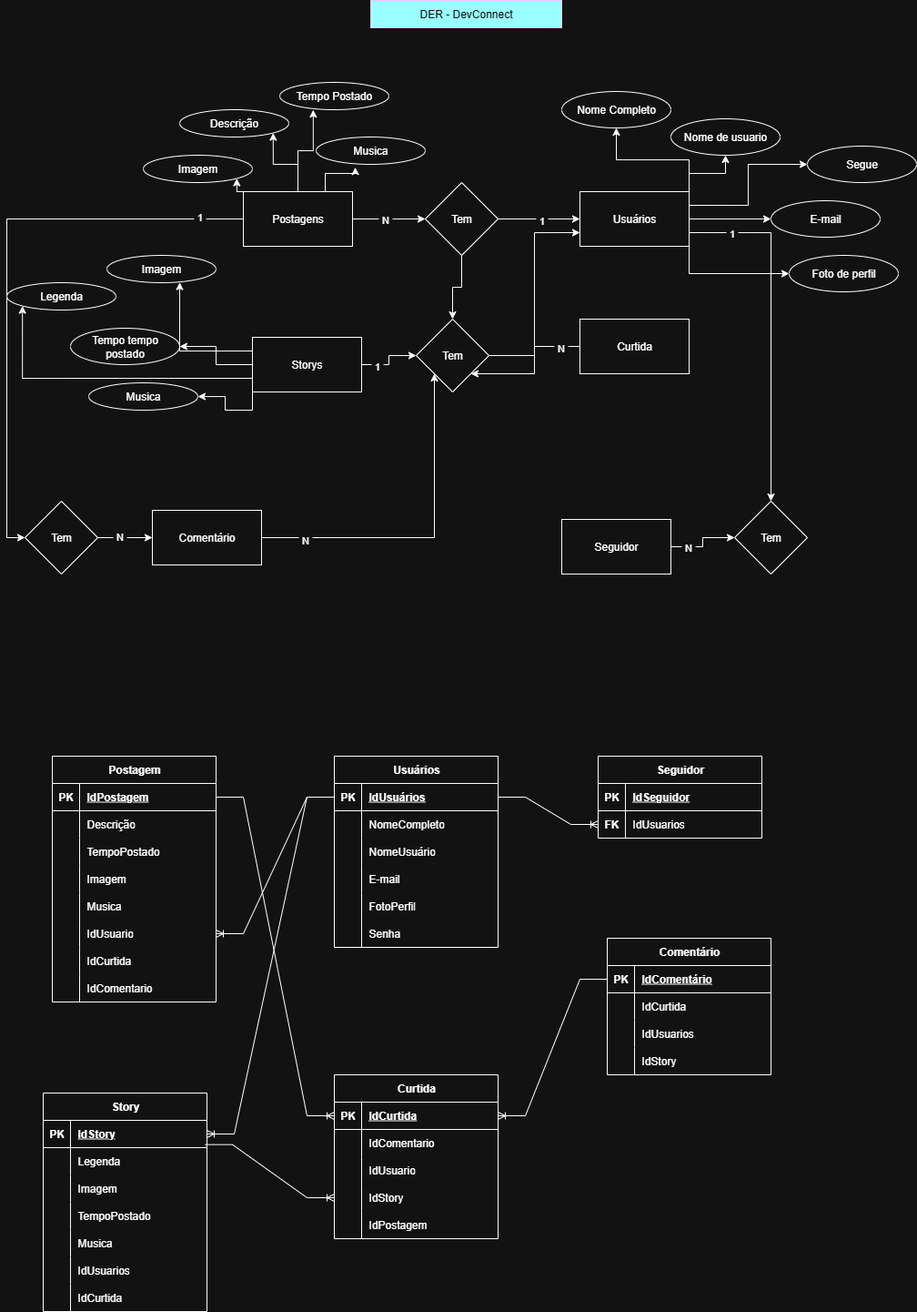
The draw.io diagram DER e Modelo Lógico/DER  e Modelo Lógico- DevConnect.drawio.png in Maria123-ctrl/2S_DevConnect, before a commit. Source tidied: cells renumbered, new cells last; positions are measured from the earlier drawing's top-left corner, leaving out a move shared by most shapes.
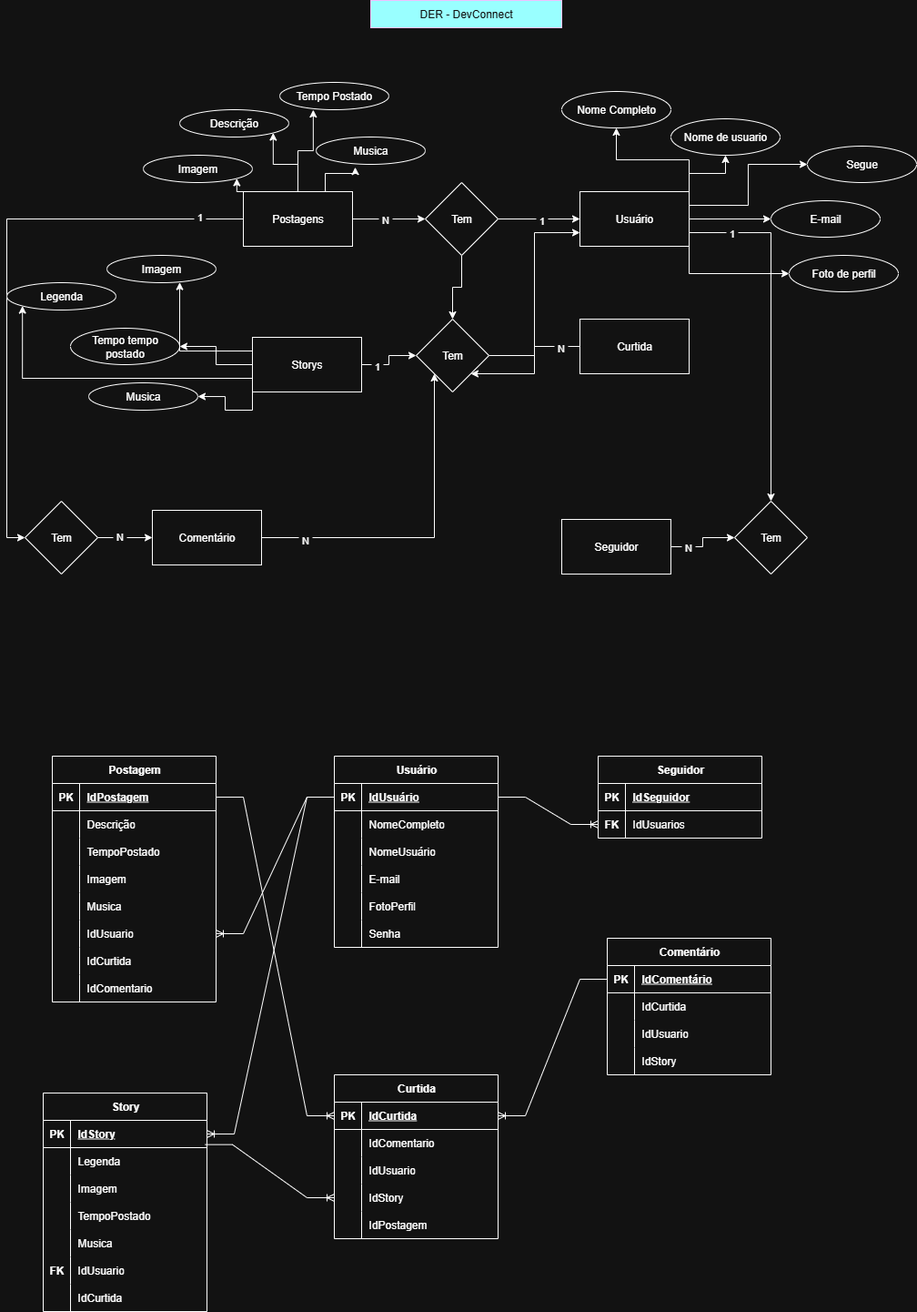
The same diagram one commit later.

Commit message:
modifiquei o repositorio

The edit, as a diff of the source:
```diff
@@ -44,7 +44,7 @@
     <mxCell id="15" style="edgeStyle=orthogonalEdgeStyle;rounded=0;jettySize=auto;html=1;exitX=1;exitY=0.25;exitDx=0;exitDy=0;entryX=0;entryY=0.5;entryDx=0;entryDy=0;" parent="1" edge="1" source="16" target="165">
       <mxGeometry relative="1" as="geometry" />
     </mxCell>
-    <mxCell id="16" value="Usuários" style="rounded=0;whiteSpace=wrap;html=1;" parent="1" vertex="1">
+    <mxCell id="16" value="Usuário" style="rounded=0;whiteSpace=wrap;html=1;" parent="1" vertex="1">
       <mxGeometry x="630" y="210" width="120" height="60" as="geometry" />
     </mxCell>
     <mxCell id="17" value="E-mail" style="ellipse;whiteSpace=wrap;html=1;" parent="1" vertex="1">
@@ -233,7 +233,7 @@
     <mxCell id="78" value="IdComentario" style="shape=partialRectangle;fillColor=none;top=0;left=0;bottom=0;right=0;align=left;spacingLeft=6;overflow=hidden;whiteSpace=wrap;html=1;" parent="76" vertex="1">
       <mxGeometry x="30" width="150" height="30" as="geometry" />
     </mxCell>
-    <mxCell id="79" value="Usuários" style="shape=table;startSize=30;rowLines=0;fontStyle=1;align=center;html=1;" parent="1" vertex="1">
+    <mxCell id="79" value="Usuário" style="shape=table;startSize=30;rowLines=0;fontStyle=1;align=center;html=1;" parent="1" vertex="1">
       <mxGeometry x="360" y="830" width="180" height="210" as="geometry" />
     </mxCell>
     <mxCell id="80" style="shape=tableRow;horizontal=0;startSize=0;swimlaneHead=0;swimlaneBody=0;fillColor=none;points=[[0,0.5],[1,0.5]];portConstraint=eastwest;top=0;left=0;right=0;bottom=1;" parent="79" vertex="1">
@@ -242,7 +242,7 @@
     <mxCell id="81" value="PK" style="shape=partialRectangle;fillColor=none;top=0;left=0;bottom=0;right=0;fontStyle=1;overflow=hidden;whiteSpace=wrap;html=1;" parent="80" vertex="1">
       <mxGeometry width="30" height="30" as="geometry" />
     </mxCell>
-    <mxCell id="82" value="IdUsuários" style="shape=partialRectangle;fillColor=none;top=0;left=0;bottom=0;right=0;align=left;spacingLeft=6;fontStyle=5;overflow=hidden;whiteSpace=wrap;html=1;" parent="80" vertex="1">
+    <mxCell id="82" value="IdUsuário" style="shape=partialRectangle;fillColor=none;top=0;left=0;bottom=0;right=0;align=left;spacingLeft=6;fontStyle=5;overflow=hidden;whiteSpace=wrap;html=1;" parent="80" vertex="1">
       <mxGeometry x="30" width="150" height="30" as="geometry" />
     </mxCell>
     <mxCell id="83" style="shape=tableRow;horizontal=0;startSize=0;swimlaneHead=0;swimlaneBody=0;fillColor=none;top=0;left=0;right=0;bottom=0;" parent="79" vertex="1">
@@ -341,10 +341,10 @@
     <mxCell id="114" style="shape=tableRow;horizontal=0;startSize=0;swimlaneHead=0;swimlaneBody=0;fillColor=none;top=0;left=0;right=0;bottom=0;" parent="98" vertex="1">
       <mxGeometry y="180" width="180" height="30" as="geometry" />
     </mxCell>
-    <mxCell id="115" style="shape=partialRectangle;fillColor=none;top=0;left=0;bottom=0;right=0;overflow=hidden;whiteSpace=wrap;html=1;" parent="114" vertex="1">
+    <mxCell id="115" value="&lt;b&gt;FK&lt;/b&gt;" style="shape=partialRectangle;fillColor=none;top=0;left=0;bottom=0;right=0;overflow=hidden;whiteSpace=wrap;html=1;" parent="114" vertex="1">
       <mxGeometry width="30" height="30" as="geometry" />
     </mxCell>
-    <mxCell id="116" value="IdUsuarios" style="shape=partialRectangle;fillColor=none;top=0;left=0;bottom=0;right=0;align=left;spacingLeft=6;overflow=hidden;whiteSpace=wrap;html=1;" parent="114" vertex="1">
+    <mxCell id="116" value="IdUsuario" style="shape=partialRectangle;fillColor=none;top=0;left=0;bottom=0;right=0;align=left;spacingLeft=6;overflow=hidden;whiteSpace=wrap;html=1;" parent="114" vertex="1">
       <mxGeometry x="30" width="150" height="30" as="geometry" />
     </mxCell>
     <mxCell id="117" style="shape=tableRow;horizontal=0;startSize=0;swimlaneHead=0;swimlaneBody=0;fillColor=none;top=0;left=0;right=0;bottom=0;" parent="98" vertex="1">
@@ -431,7 +431,7 @@
     <mxCell id="144" style="shape=partialRectangle;fillColor=none;top=0;left=0;bottom=0;right=0;overflow=hidden;whiteSpace=wrap;html=1;" parent="143" vertex="1">
       <mxGeometry width="30" height="30" as="geometry" />
     </mxCell>
-    <mxCell id="145" value="IdUsuarios" style="shape=partialRectangle;fillColor=none;top=0;left=0;bottom=0;right=0;align=left;spacingLeft=6;overflow=hidden;whiteSpace=wrap;html=1;" parent="143" vertex="1">
+    <mxCell id="145" value="IdUsuario" style="shape=partialRectangle;fillColor=none;top=0;left=0;bottom=0;right=0;align=left;spacingLeft=6;overflow=hidden;whiteSpace=wrap;html=1;" parent="143" vertex="1">
       <mxGeometry x="30" width="150" height="30" as="geometry" />
     </mxCell>
     <mxCell id="146" style="shape=tableRow;horizontal=0;startSize=0;swimlaneHead=0;swimlaneBody=0;fillColor=none;top=0;left=0;right=0;bottom=0;" parent="136" vertex="1">
```
